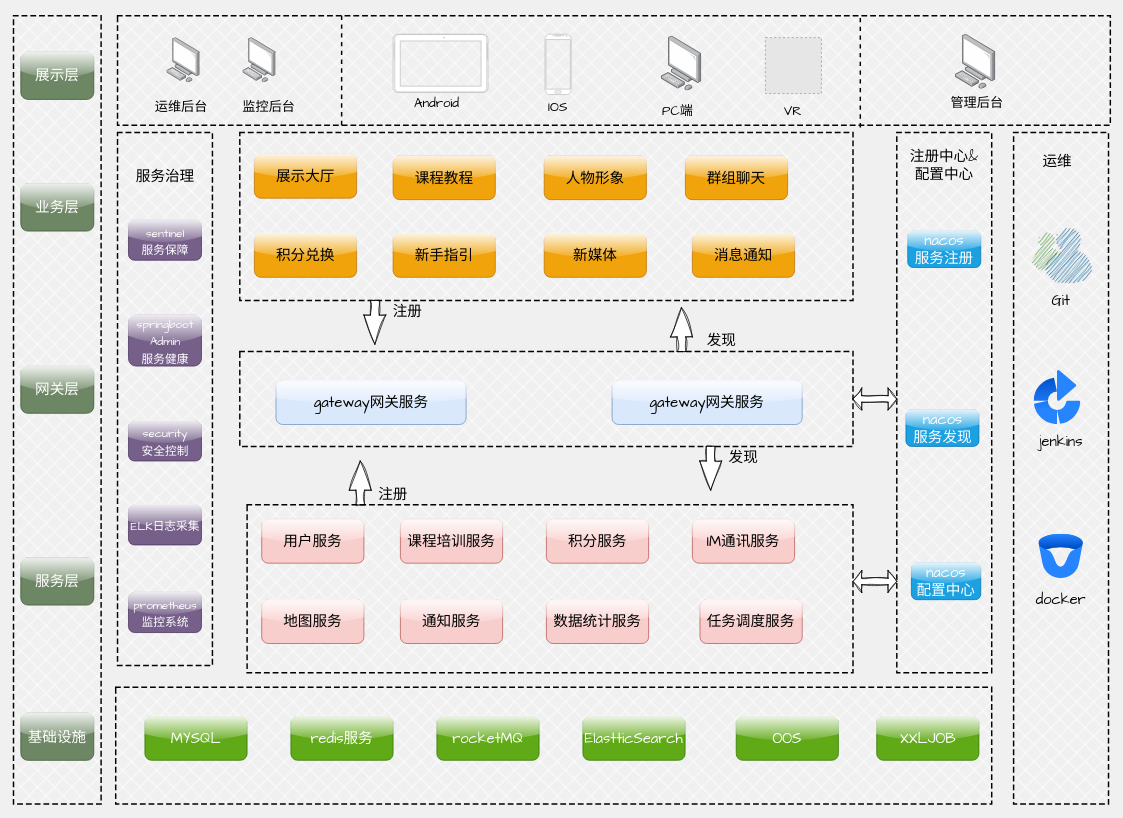
GobHub/HelloWorld keeps this draw.io diagram as 业务架构图.drawio. Above is the earlier version. Source tidied: cells renumbered, new cells numbered last; positions are measured from the earlier drawing's top-left corner, leaving out a move shared by most shapes. Both pictures are drawn from the tidied source at 73%, with x=0, y=0 at pixel (13, 13). Pictures stored in the file or linked from it are replaced by grey dashed boxes.
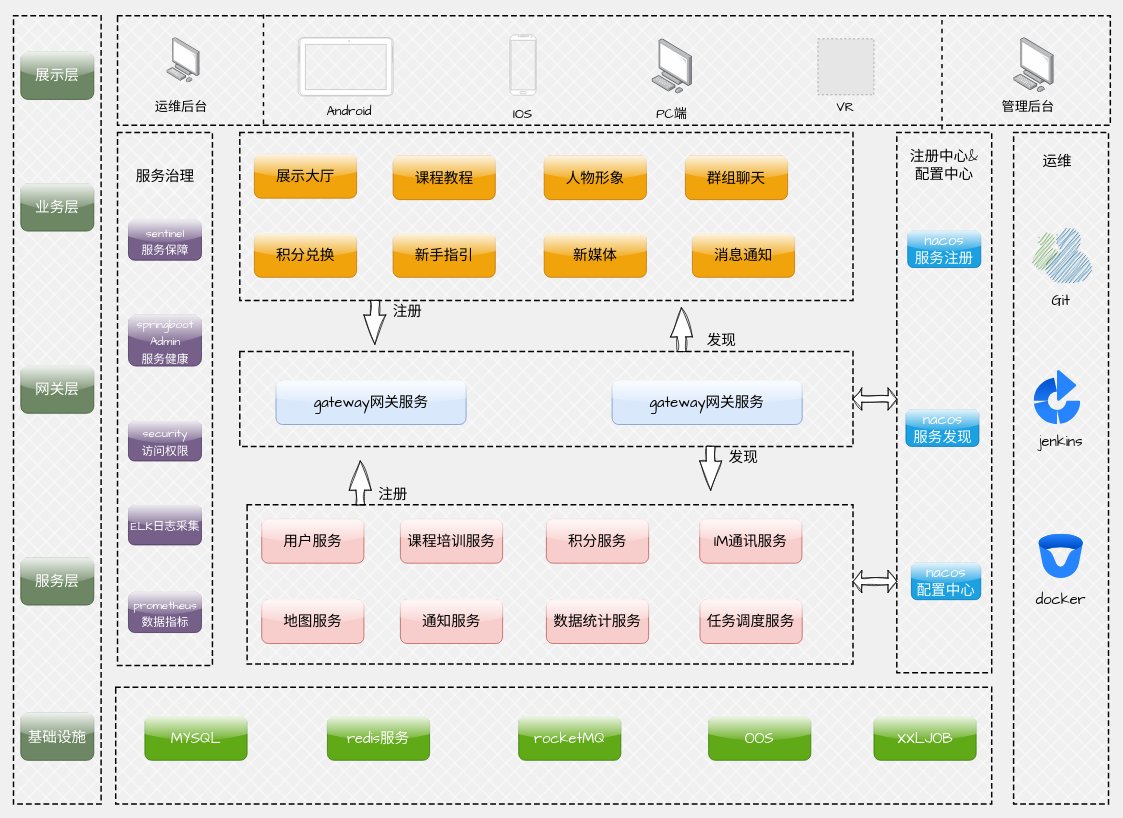
After the change.

Commit message:
更新业务架构图.drawio

The change refers to these unchanged cells:
```xml
<mxCell id="5" style="shape=table;startSize=0;childLayout=tableLayout;hachureGap=4;fontFamily=Architects Daughter;fontSize=20;dashed=1;strokeWidth=2;fontStyle=0;fillColor=#FFFFFF;fillStyle=cross-hatch;" parent="1" vertex="1">
  <mxGeometry x="142.5" y="3" width="1360" height="150" as="geometry" />
</mxCell>
<mxCell id="6" style="shape=tableRow;horizontal=0;startSize=0;swimlaneHead=0;swimlaneBody=0;strokeColor=inherit;top=0;left=0;bottom=0;right=0;fillColor=none;points=[[0,0.5],[1,0.5]];portConstraint=eastwest;sketch=1;hachureGap=4;jiggle=2;curveFitting=1;fontFamily=Architects Daughter;fontSize=20;dashed=1;strokeWidth=2;" parent="5" vertex="1">
  <mxGeometry width="1360" height="150" as="geometry" />
</mxCell>
```

Diff of the diagram source:
```diff
@@
+    <mxCell id="12" style="endArrow=none;html=1;rounded=0;hachureGap=4;fontFamily=Architects Daughter;fontSize=16;dashed=1;strokeWidth=2;entryX=0.147;entryY=-0.01;entryDx=0;entryDy=0;entryPerimeter=0;exitX=0.147;exitY=0.988;exitDx=0;exitDy=0;exitPerimeter=0;" parent="5" edge="1" source="6" target="6">
+      <mxGeometry relative="1" as="geometry" />
+    </mxCell>
@@
-    <mxCell id="9" style="image;html=1;align=center;shadow=0;dashed=0;image=img/lib/allied_telesis/computer_and_terminals/Personal_Computer.svg;hachureGap=4;fontFamily=Architects Daughter;fontSize=20;" parent="1" vertex="1">
-      <mxGeometry x="314" y="33" width="45.6" height="61.8" as="geometry" />
-    </mxCell>
@@
-    <mxCell id="11" value="监控后台" style="text;html=1;strokeColor=none;fillColor=none;align=center;verticalAlign=middle;whiteSpace=wrap;rounded=0;fontSize=18;fontFamily=Architects Daughter;" parent="1" vertex="1">
-      <mxGeometry x="300" y="113" width="100" height="30" as="geometry" />
-    </mxCell>
-    <mxCell id="12" style="endArrow=none;html=1;rounded=0;hachureGap=4;fontFamily=Architects Daughter;fontSize=16;dashed=1;strokeWidth=2;" parent="1" edge="1">
-      <mxGeometry relative="1" as="geometry">
-        <mxPoint x="449.5" y="153" as="sourcePoint" />
-        <mxPoint x="449.5" y="3" as="targetPoint" />
-      </mxGeometry>
-    </mxCell>
     <mxCell id="13" style="verticalLabelPosition=bottom;verticalAlign=top;html=1;shadow=0;dashed=0;strokeWidth=1;shape=mxgraph.android.tab2;strokeColor=#c0c0c0;direction=north;hachureGap=4;fontFamily=Architects Daughter;fontSize=20;gradientColor=none;" parent="1" vertex="1">
-      <mxGeometry x="520" y="28.3" width="130" height="80" as="geometry" />
+      <mxGeometry x="390" y="33" width="130" height="80" as="geometry" />
     </mxCell>
     <mxCell id="14" style="verticalLabelPosition=bottom;verticalAlign=top;html=1;shadow=0;dashed=0;strokeWidth=1;shape=mxgraph.android.phone2;strokeColor=#c0c0c0;hachureGap=4;fontFamily=Architects Daughter;fontSize=20;" parent="1" vertex="1">
-      <mxGeometry x="728" y="28.3" width="36" height="82.7" as="geometry" />
+      <mxGeometry x="680" y="29.3" width="36" height="82.7" as="geometry" />
     </mxCell>
     <mxCell id="15" style="image;html=1;align=center;shadow=0;dashed=0;image=img/lib/allied_telesis/computer_and_terminals/Personal_Computer.svg;sketch=1;hachureGap=4;jiggle=2;curveFitting=1;fontFamily=Architects Daughter;fontSize=20;" parent="1" vertex="1">
-      <mxGeometry x="887.2" y="30.7" width="55.6" height="75.3" as="geometry" />
+      <mxGeometry x="874.4" y="34.7" width="55.6" height="75.3" as="geometry" />
     </mxCell>
     <mxCell id="16" value="Android" style="text;html=1;strokeColor=none;fillColor=none;align=center;verticalAlign=middle;whiteSpace=wrap;rounded=0;fontSize=18;fontFamily=Architects Daughter;" parent="1" vertex="1">
-      <mxGeometry x="530" y="108.3" width="100" height="30" as="geometry" />
+      <mxGeometry x="410" y="117.7" width="100" height="30" as="geometry" />
     </mxCell>
     <mxCell id="17" value="IOS" style="text;html=1;strokeColor=none;fillColor=none;align=center;verticalAlign=middle;whiteSpace=wrap;rounded=0;fontSize=18;fontFamily=Architects Daughter;" parent="1" vertex="1">
-      <mxGeometry x="696" y="113" width="100" height="30" as="geometry" />
+      <mxGeometry x="648" y="123" width="100" height="30" as="geometry" />
     </mxCell>
     <mxCell id="18" value="管理后台" style="text;html=1;strokeColor=none;fillColor=none;align=center;verticalAlign=middle;whiteSpace=wrap;rounded=0;fontSize=18;fontFamily=Architects Daughter;" parent="1" vertex="1">
-      <mxGeometry x="1270" y="108.3" width="100" height="30" as="geometry" />
+      <mxGeometry x="1340" y="113" width="100" height="30" as="geometry" />
     </mxCell>
     <mxCell id="19" style="endArrow=none;html=1;rounded=0;hachureGap=4;fontFamily=Architects Daughter;fontSize=16;exitX=0.33;exitY=1.041;exitDx=0;exitDy=0;exitPerimeter=0;dashed=1;strokeWidth=2;" parent="1" edge="1">
       <mxGeometry relative="1" as="geometry">
-        <mxPoint x="1160" y="156" as="sourcePoint" />
-        <mxPoint x="1160" as="targetPoint" />
+        <mxPoint x="1271.9" y="159" as="sourcePoint" />
+        <mxPoint x="1271.9" y="3" as="targetPoint" />
       </mxGeometry>
     </mxCell>
     <mxCell id="20" style="image;html=1;align=center;shadow=0;dashed=0;image=img/lib/allied_telesis/computer_and_terminals/Personal_Computer.svg;sketch=1;hachureGap=4;jiggle=2;curveFitting=1;fontFamily=Architects Daughter;fontSize=20;" parent="1" vertex="1">
-      <mxGeometry x="1290" y="28.3" width="55.6" height="75.3" as="geometry" />
+      <mxGeometry x="1370" y="33" width="55.6" height="75.3" as="geometry" />
     </mxCell>
     <mxCell id="21" value="PC端" style="text;html=1;strokeColor=none;fillColor=none;align=center;verticalAlign=middle;whiteSpace=wrap;rounded=0;fontSize=18;fontFamily=Architects Daughter;" parent="1" vertex="1">
-      <mxGeometry x="860" y="117.7" width="100" height="30" as="geometry" />
+      <mxGeometry x="852.2" y="123" width="100" height="30" as="geometry" />
     </mxCell>
@@
     <mxCell id="48" style="shape=table;startSize=0;childLayout=tableLayout;hachureGap=4;fontFamily=Architects Daughter;fontSize=20;dashed=1;strokeWidth=2;rounded=1;fillColor=#FFFFFF;fillStyle=cross-hatch;" parent="1" vertex="1">
-      <mxGeometry x="320" y="673" width="830" height="230" as="geometry" />
+      <mxGeometry x="320" y="673" width="830" height="218" as="geometry" />
     </mxCell>
     <mxCell id="49" style="shape=tableRow;horizontal=0;startSize=0;swimlaneHead=0;swimlaneBody=0;strokeColor=inherit;top=0;left=0;bottom=0;right=0;fillColor=none;sketch=1;hachureGap=4;jiggle=2;curveFitting=1;fontFamily=Architects Daughter;fontSize=20;dashed=1;strokeWidth=2;" parent="48" vertex="1">
-      <mxGeometry width="830" height="230" as="geometry" />
+      <mxGeometry width="830" height="218" as="geometry" />
     </mxCell>
     <mxCell id="50" style="shape=partialRectangle;html=1;whiteSpace=wrap;strokeColor=inherit;overflow=hidden;fillColor=none;top=0;left=0;bottom=0;right=0;sketch=1;hachureGap=4;jiggle=2;curveFitting=1;fontFamily=Architects Daughter;fontSize=20;strokeWidth=2;" parent="49" vertex="1">
-      <mxGeometry width="830" height="230" as="geometry" />
+      <mxGeometry width="830" height="218" as="geometry" />
     </mxCell>
@@
     <mxCell id="58" value="IM通讯服务" style="rounded=1;whiteSpace=wrap;html=1;hachureGap=4;fontFamily=Architects Daughter;fontSize=20;shadow=0;glass=1;fillColor=#f8cecc;strokeColor=#b85450;" parent="1" vertex="1">
-      <mxGeometry x="930" y="693" width="140" height="60" as="geometry" />
+      <mxGeometry x="940" y="693" width="140" height="60" as="geometry" />
     </mxCell>
@@
     <mxCell id="67" value="redis服务" style="rounded=1;whiteSpace=wrap;html=1;hachureGap=4;fontFamily=Architects Daughter;fontSize=20;shadow=0;glass=1;fillColor=#60a917;strokeColor=#2D7600;fontColor=#ffffff;" parent="1" vertex="1">
-      <mxGeometry x="380" y="963" width="140" height="60" as="geometry" />
+      <mxGeometry x="430" y="963" width="140" height="60" as="geometry" />
     </mxCell>
     <mxCell id="68" value="rocketMQ" style="rounded=1;whiteSpace=wrap;html=1;hachureGap=4;fontFamily=Architects Daughter;fontSize=20;shadow=0;glass=1;fillColor=#60a917;strokeColor=#2D7600;fontColor=#ffffff;" parent="1" vertex="1">
-      <mxGeometry x="580" y="963" width="140" height="60" as="geometry" />
+      <mxGeometry x="692" y="963" width="140" height="60" as="geometry" />
     </mxCell>
-    <mxCell id="69" value="ElastticSearch" style="rounded=1;whiteSpace=wrap;html=1;hachureGap=4;fontFamily=Architects Daughter;fontSize=20;shadow=0;glass=1;fillColor=#60a917;strokeColor=#2D7600;fontColor=#ffffff;" parent="1" vertex="1">
-      <mxGeometry x="780" y="963" width="140" height="60" as="geometry" />
-    </mxCell>
     <mxCell id="70" value="OOS" style="rounded=1;whiteSpace=wrap;html=1;hachureGap=4;fontFamily=Architects Daughter;fontSize=20;shadow=0;glass=1;fillColor=#60a917;strokeColor=#2D7600;fontColor=#ffffff;" parent="1" vertex="1">
-      <mxGeometry x="990" y="963" width="140" height="60" as="geometry" />
+      <mxGeometry x="952.2" y="963" width="140" height="60" as="geometry" />
     </mxCell>
@@
     <mxCell id="77" value="XXLJOB" style="rounded=1;whiteSpace=wrap;html=1;hachureGap=4;fontFamily=Architects Daughter;fontSize=20;shadow=0;glass=1;fillColor=#60a917;strokeColor=#2D7600;fontColor=#ffffff;" parent="1" vertex="1">
-      <mxGeometry x="1182.5" y="963" width="140" height="60" as="geometry" />
+      <mxGeometry x="1178.7" y="963" width="140" height="60" as="geometry" />
     </mxCell>
@@
-    <mxCell id="86" value="&lt;font style=&quot;font-size: 16px;&quot;&gt;security&lt;br&gt;安全控制&lt;br&gt;&lt;/font&gt;" style="rounded=1;whiteSpace=wrap;html=1;hachureGap=4;fontFamily=Architects Daughter;fontSize=20;shadow=0;glass=1;fillColor=#76608a;strokeColor=#432D57;fontColor=#ffffff;" parent="1" vertex="1">
+    <mxCell id="86" value="&lt;font style=&quot;font-size: 16px;&quot;&gt;security&lt;br&gt;访问权限&lt;br&gt;&lt;/font&gt;" style="rounded=1;whiteSpace=wrap;html=1;hachureGap=4;fontFamily=Architects Daughter;fontSize=20;shadow=0;glass=1;fillColor=#76608a;strokeColor=#432D57;fontColor=#ffffff;" parent="1" vertex="1">
       <mxGeometry x="157.5" y="558" width="100" height="55" as="geometry" />
     </mxCell>
@@
-    <mxCell id="88" value="&lt;font style=&quot;font-size: 16px;&quot;&gt;prometheus&lt;br&gt;监控系统&lt;br&gt;&lt;/font&gt;" style="rounded=1;whiteSpace=wrap;html=1;hachureGap=4;fontFamily=Architects Daughter;fontSize=20;shadow=0;glass=1;fillColor=#76608a;strokeColor=#432D57;fontColor=#ffffff;" parent="1" vertex="1">
+    <mxCell id="88" value="&lt;font style=&quot;font-size: 16px;&quot;&gt;prometheus&lt;br&gt;数据指标&lt;br&gt;&lt;/font&gt;" style="rounded=1;whiteSpace=wrap;html=1;hachureGap=4;fontFamily=Architects Daughter;fontSize=20;shadow=0;glass=1;fillColor=#76608a;strokeColor=#432D57;fontColor=#ffffff;" parent="1" vertex="1">
       <mxGeometry x="157.5" y="793" width="100" height="55" as="geometry" />
     </mxCell>
@@
     <mxCell id="99" style="fillColor=#E6E6E6;strokeColor=#999999;dashed=1;html=1;verticalAlign=top;verticalLabelPosition=bottom;labelBackgroundColor=#ffffff;fontFamily=Architects Daughter;fontSize=20;" parent="1" vertex="1">
-      <mxGeometry x="1030" y="33" width="76.7" height="76.7" as="geometry" />
+      <mxGeometry x="1102" y="34.7" width="76.7" height="76.7" as="geometry" />
     </mxCell>
-    <mxCell id="100" value="VR" style="text;html=1;strokeColor=none;fillColor=none;align=center;verticalAlign=middle;whiteSpace=wrap;rounded=0;fontSize=18;fontFamily=Architects Daughter;" parent="1" vertex="1">
-      <mxGeometry x="1018.3" y="117.7" width="100" height="30" as="geometry" />
+    <mxCell id="100" value="VR" style="text;html=1;strokeColor=none;fillColor=none;align=center;verticalAlign=middle;whiteSpace=wrap;rounded=0;fontSize=18;fontFamily=Architects Daughter;rotation=0;" parent="1" vertex="1">
+      <mxGeometry x="1090.3" y="99.7" width="100" height="56.7" as="geometry" />
     </mxCell>
```
